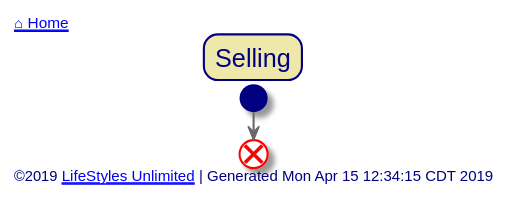
Above: out/src/single-family/selling.svg in toddmo/lifestylesunlimited (PlantUML), before the change.
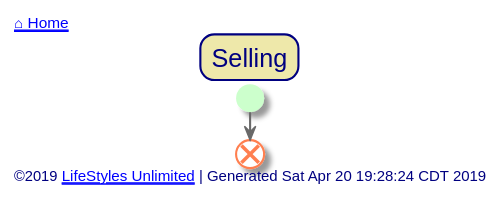
Above is the later version.

The edit, as a diff of the source:
```diff
@@ -16,7 +16,8 @@
 skinparam activity {
   BackgroundColor Ivory
   BorderColor CornflowerBlue
-  FontColor DarkGray
+  FontColor DimGray
+
 
   Arrow {
     Color dimgray
@@ -24,11 +25,11 @@
   }
 
   Start {
-    Color Navy
+    Color PHYSICAL
   }
 
   End {
-    Color Red
+    Color Coral
   }
 
   Diamond {
@@ -46,13 +47,21 @@
 }
 
 skinparam Partition {
-  BackgroundColor DarkSeaGreen
+  BackgroundColor Ivory
   BorderColor CornflowerBlue
   BorderThickness 1
+  FontColor CornflowerBlue
+  FontSize 16
+  BorderRoundCorner 20
+}
+
+skinparam Note {
+  BackgroundColor LightSteelBlue
+  BorderColor CornflowerBlue
   FontColor White
-  FontSize 16
 }
-skinparam Note {
+
+skinparam Legend {
   BackgroundColor LightSteelBlue
   BorderColor CornflowerBlue
   FontColor White
@@ -74,8 +83,9 @@
 
 	end
 
+
 left footer
-	©2019 [[http://www.lifestylesunlimited.com LifeStyles Unlimited]] | Generated Mon Apr 15 12:34:15 CDT 2019
+	©2019 [[http://www.lifestylesunlimited.com LifeStyles Unlimited]] | Generated Sat Apr 20 19:28:24 CDT 2019
 endfooter
 
 
```
